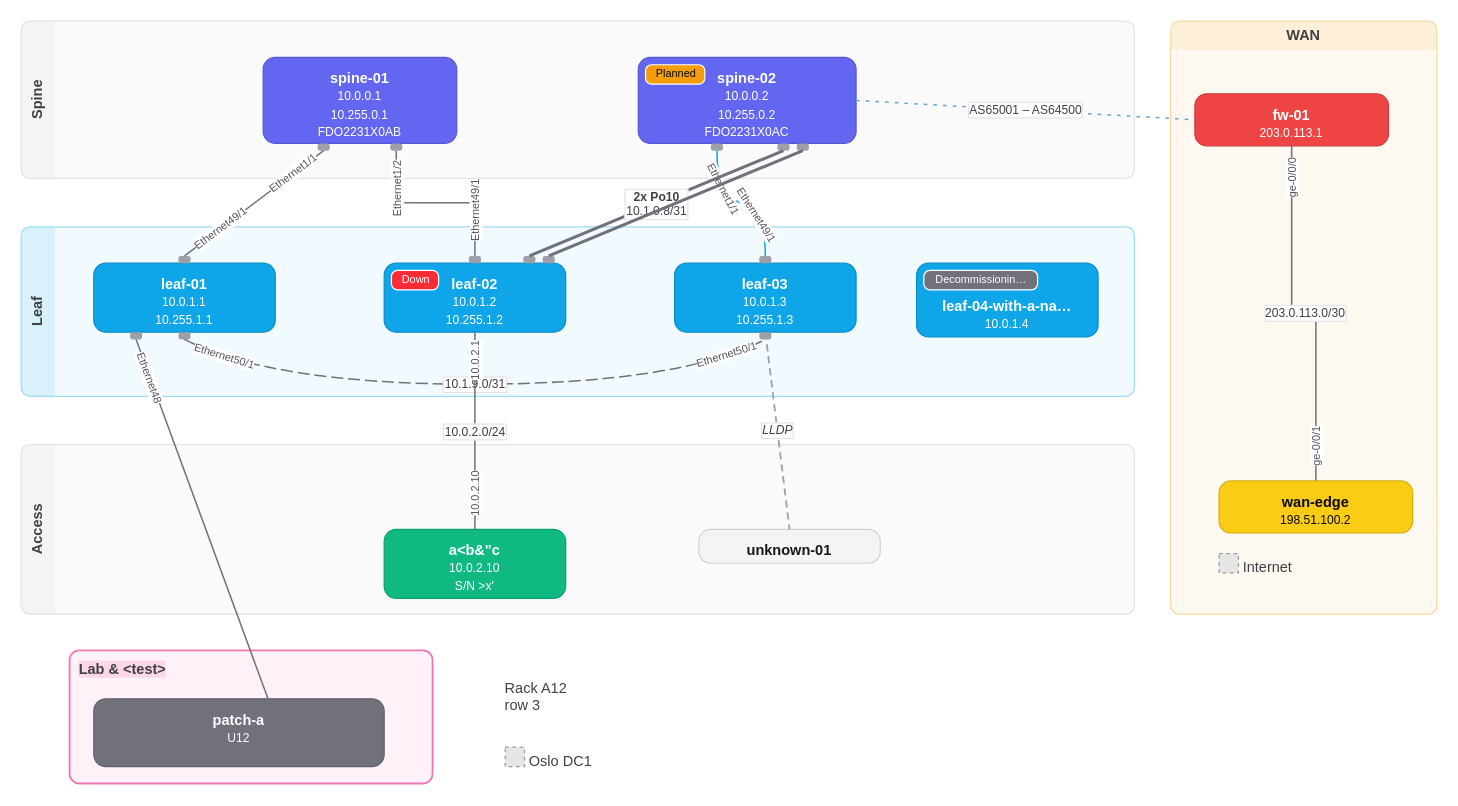
Before: frontend/src/lib/diagram/__golden__/fabric-detailed.drawio in danbyte-net/danbyte, a draw.io diagram. Source tidied: cells renumbered, new cells numbered last; positions are measured from the earlier drawing's top-left corner, leaving out a move shared by most shapes. Both pictures are drawn from the tidied source at 121%, with x=0, y=0 at pixel (21, 21). Pictures stored in the file or linked from it are replaced by grey dashed boxes.
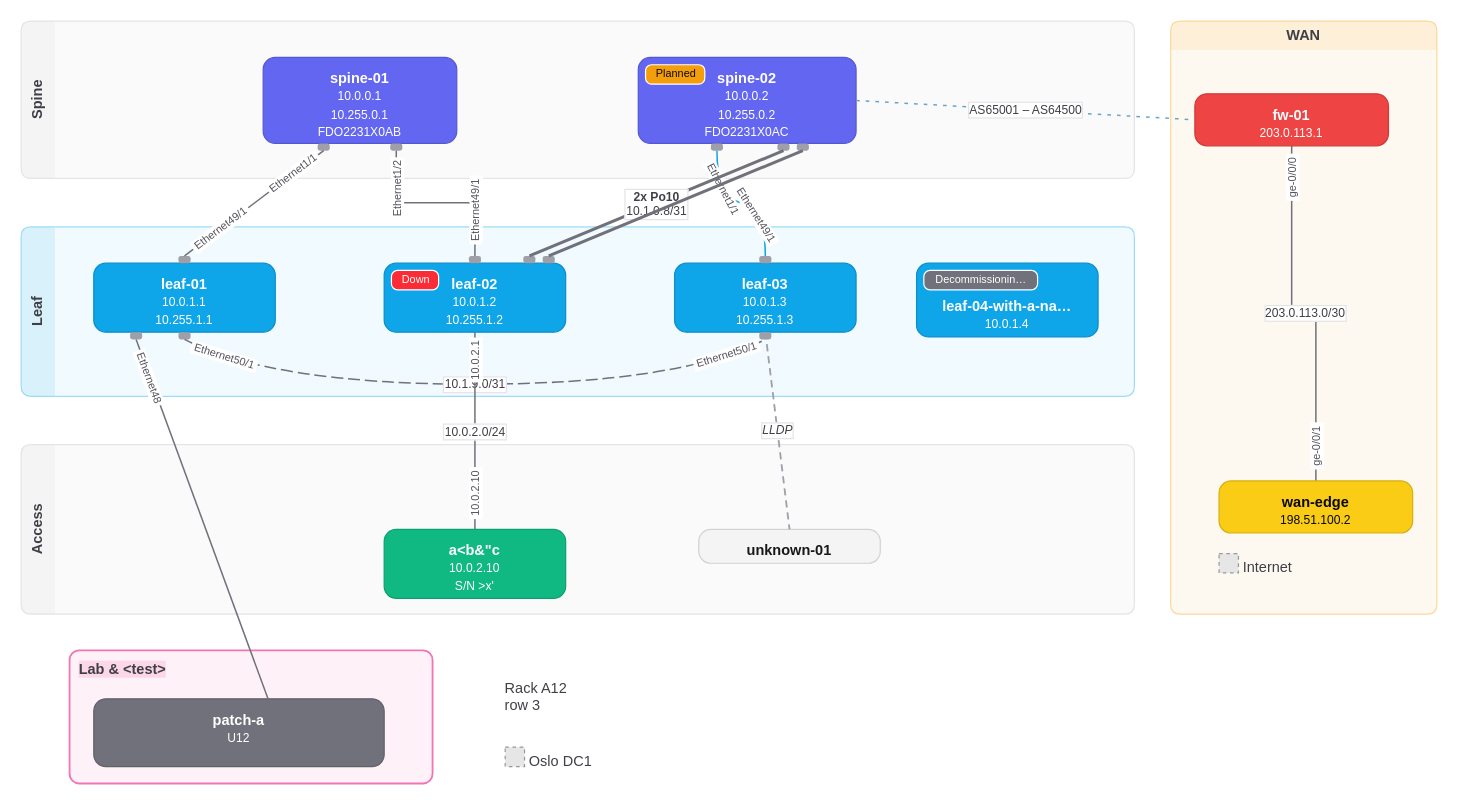
Above is the later version.

Unchanged cells that the change refers to:
```xml
<mxCell id="32" style="edgeStyle=none;rounded=0;html=1;endArrow=none;startArrow=none;strokeColor=#71717b;strokeWidth=1.25;exitX=0.5;exitY=1;exitPerimeter=0;entryX=0.5;entryY=0;entryPerimeter=0;fontFamily=Helvetica;fontSize=10;fontColor=#3f3f46;labelBackgroundColor=#ffffff;labelBorderColor=#e4e4e7;" parent="1" edge="1" source="5" target="14">
  <mxGeometry relative="1" as="geometry" />
</mxCell>
<mxCell id="35" style="edgeStyle=orthogonalEdgeStyle;rounded=1;arcSize=12;html=1;endArrow=none;startArrow=none;strokeColor=#71717b;strokeWidth=1.25;exitX=0.5;exitY=1;exitPerimeter=0;entryX=0.5;entryY=0;entryPerimeter=0;fontFamily=Helvetica;fontSize=10;fontColor=#3f3f46;labelBackgroundColor=#ffffff;labelBorderColor=#e4e4e7;" parent="1" edge="1" source="6" target="19">
  <mxGeometry relative="1" as="geometry">
    <Array as="points">
      <mxPoint x="310" y="150" />
      <mxPoint x="375" y="150" />
    </Array>
  </mxGeometry>
</mxCell>
<mxCell id="38" style="edgeStyle=none;curved=1;rounded=0;html=1;endArrow=none;startArrow=none;strokeColor=#0ea5e9;strokeWidth=1.25;exitX=0.5;exitY=1;exitPerimeter=0;entryX=0.5;entryY=0;entryPerimeter=0;fontFamily=Helvetica;fontSize=10;fontColor=#3f3f46;labelBackgroundColor=#ffffff;labelBorderColor=#e4e4e7;" parent="1" edge="1" source="9" target="23">
  <mxGeometry relative="1" as="geometry">
    <Array as="points">
      <mxPoint x="575" y="146" />
      <mxPoint x="615" y="154" />
    </Array>
  </mxGeometry>
</mxCell>
<mxCell id="43" value="10.1.9.0/31" style="edgeStyle=none;curved=1;rounded=0;html=1;endArrow=none;startArrow=none;strokeColor=#71717b;strokeWidth=1.25;dashed=1;fixDash=1;dashPattern=10 4;exitX=0.5;exitY=1;exitPerimeter=0;entryX=0.5;entryY=1;entryPerimeter=0;fontFamily=Helvetica;fontSize=10;fontColor=#3f3f46;labelBackgroundColor=#ffffff;labelBorderColor=#e4e4e7;" parent="1" edge="1" source="15" target="24">
  <mxGeometry relative="1" as="geometry">
    <Array as="points">
      <mxPoint x="207" y="300" />
      <mxPoint x="543" y="300" />
    </Array>
  </mxGeometry>
</mxCell>
<mxCell id="46" value="10.0.2.0/24" style="edgeStyle=none;rounded=0;html=1;endArrow=none;startArrow=none;strokeColor=#71717b;strokeWidth=1.25;exitX=0.5;exitY=1;exitPerimeter=0;entryX=0.5;entryY=0;entryPerimeter=0;fontFamily=Helvetica;fontSize=10;fontColor=#3f3f46;labelBackgroundColor=#ffffff;labelBorderColor=#e4e4e7;" parent="1" edge="1" source="17" target="28">
  <mxGeometry relative="1" as="geometry" />
</mxCell>
<mxCell id="49" value="203.0.113.0/30" style="edgeStyle=orthogonalEdgeStyle;rounded=1;arcSize=12;html=1;endArrow=none;startArrow=none;strokeColor=#71717b;strokeWidth=1.25;exitX=0.5;exitY=1;exitPerimeter=0;entryX=0.5;entryY=0;entryPerimeter=0;fontFamily=Helvetica;fontSize=10;fontColor=#3f3f46;labelBackgroundColor=#ffffff;labelBorderColor=#e4e4e7;" parent="1" edge="1" source="54" target="55">
  <mxGeometry relative="1" as="geometry">
    <Array as="points">
      <mxPoint x="1050" y="241" />
      <mxPoint x="1070" y="241" />
    </Array>
  </mxGeometry>
</mxCell>
<mxCell id="52" style="edgeStyle=none;rounded=0;html=1;endArrow=none;startArrow=none;strokeColor=#71717b;strokeWidth=1.25;exitX=0.6;exitY=0;exitPerimeter=0;entryX=0.5;entryY=1;entryPerimeter=0;fontFamily=Helvetica;fontSize=10;fontColor=#3f3f46;labelBackgroundColor=#ffffff;labelBorderColor=#e4e4e7;" parent="1" edge="1" source="31" target="16">
  <mxGeometry relative="1" as="geometry" />
</mxCell>
```

The edit, as a diff of the source:
```diff
@@
-    <mxCell id="33" value="Ethernet1/1" style="edgeLabel;html=1;align=center;verticalAlign=middle;fontFamily=Helvetica;fontSize=9;fontColor=#52525c;labelBackgroundColor=#ffffff;rotation=322.89;" parent="32" vertex="1">
+    <mxCell id="33" value="&amp;nbsp;Ethernet1/1&amp;nbsp;" style="edgeLabel;html=1;align=center;verticalAlign=middle;fontFamily=Helvetica;fontSize=9;fontColor=#52525c;labelBackgroundColor=#ffffff;rotation=322.89;" parent="32" vertex="1">
       <mxGeometry x="-0.55" relative="1" as="geometry" />
     </mxCell>
-    <mxCell id="34" value="Ethernet49/1" style="edgeLabel;html=1;align=center;verticalAlign=middle;fontFamily=Helvetica;fontSize=9;fontColor=#52525c;labelBackgroundColor=#ffffff;rotation=322.89;" parent="32" vertex="1">
+    <mxCell id="34" value="&amp;nbsp;Ethernet49/1&amp;nbsp;" style="edgeLabel;html=1;align=center;verticalAlign=middle;fontFamily=Helvetica;fontSize=9;fontColor=#52525c;labelBackgroundColor=#ffffff;rotation=322.89;" parent="32" vertex="1">
       <mxGeometry x="0.5" relative="1" as="geometry" />
     </mxCell>
@@
-    <mxCell id="36" value="Ethernet1/2" style="edgeLabel;html=1;align=center;verticalAlign=middle;fontFamily=Helvetica;fontSize=9;fontColor=#52525c;labelBackgroundColor=#ffffff;rotation=270;" parent="35" vertex="1">
+    <mxCell id="36" value="&amp;nbsp;Ethernet1/2&amp;nbsp;" style="edgeLabel;html=1;align=center;verticalAlign=middle;fontFamily=Helvetica;fontSize=9;fontColor=#52525c;labelBackgroundColor=#ffffff;rotation=270;" parent="35" vertex="1">
       <mxGeometry x="-0.56" relative="1" as="geometry" />
     </mxCell>
-    <mxCell id="37" value="Ethernet49/1" style="edgeLabel;html=1;align=center;verticalAlign=middle;fontFamily=Helvetica;fontSize=9;fontColor=#52525c;labelBackgroundColor=#ffffff;rotation=270;" parent="35" vertex="1">
+    <mxCell id="37" value="&amp;nbsp;Ethernet49/1&amp;nbsp;" style="edgeLabel;html=1;align=center;verticalAlign=middle;fontFamily=Helvetica;fontSize=9;fontColor=#52525c;labelBackgroundColor=#ffffff;rotation=270;" parent="35" vertex="1">
       <mxGeometry x="0.53" relative="1" as="geometry" />
     </mxCell>
@@
-    <mxCell id="39" value="Ethernet1/1" style="edgeLabel;html=1;align=center;verticalAlign=middle;fontFamily=Helvetica;fontSize=9;fontColor=#52525c;labelBackgroundColor=#ffffff;rotation=62.5;" parent="38" vertex="1">
+    <mxCell id="39" value="&amp;nbsp;Ethernet1/1&amp;nbsp;" style="edgeLabel;html=1;align=center;verticalAlign=middle;fontFamily=Helvetica;fontSize=9;fontColor=#52525c;labelBackgroundColor=#ffffff;rotation=62.5;" parent="38" vertex="1">
       <mxGeometry x="-0.48" relative="1" as="geometry">
         <mxPoint x="5.6" y="0.4" as="offset" />
       </mxGeometry>
     </mxCell>
-    <mxCell id="40" value="Ethernet49/1" style="edgeLabel;html=1;align=center;verticalAlign=middle;fontFamily=Helvetica;fontSize=9;fontColor=#52525c;labelBackgroundColor=#ffffff;rotation=57.48;" parent="38" vertex="1">
+    <mxCell id="40" value="&amp;nbsp;Ethernet49/1&amp;nbsp;" style="edgeLabel;html=1;align=center;verticalAlign=middle;fontFamily=Helvetica;fontSize=9;fontColor=#52525c;labelBackgroundColor=#ffffff;rotation=57.48;" parent="38" vertex="1">
       <mxGeometry x="0.23" relative="1" as="geometry">
         <mxPoint x="-1.5" y="6.2" as="offset" />
       </mxGeometry>
     </mxCell>
@@
-    <mxCell id="44" value="Ethernet50/1" style="edgeLabel;html=1;align=center;verticalAlign=middle;fontFamily=Helvetica;fontSize=9;fontColor=#52525c;labelBackgroundColor=#ffffff;rotation=17.27;" parent="43" vertex="1">
+    <mxCell id="44" value="&amp;nbsp;Ethernet50/1&amp;nbsp;" style="edgeLabel;html=1;align=center;verticalAlign=middle;fontFamily=Helvetica;fontSize=9;fontColor=#52525c;labelBackgroundColor=#ffffff;rotation=17.27;" parent="43" vertex="1">
       <mxGeometry x="-0.86" relative="1" as="geometry">
         <mxPoint x="1.2" y="-3" as="offset" />
       </mxGeometry>
     </mxCell>
-    <mxCell id="45" value="Ethernet50/1" style="edgeLabel;html=1;align=center;verticalAlign=middle;fontFamily=Helvetica;fontSize=9;fontColor=#52525c;labelBackgroundColor=#ffffff;rotation=342.73;" parent="43" vertex="1">
+    <mxCell id="45" value="&amp;nbsp;Ethernet50/1&amp;nbsp;" style="edgeLabel;html=1;align=center;verticalAlign=middle;fontFamily=Helvetica;fontSize=9;fontColor=#52525c;labelBackgroundColor=#ffffff;rotation=342.73;" parent="43" vertex="1">
       <mxGeometry x="0.86" relative="1" as="geometry">
         <mxPoint x="-1.3" y="-3" as="offset" />
       </mxGeometry>
     </mxCell>
@@
-    <mxCell id="47" value="10.0.2.1" style="edgeLabel;html=1;align=center;verticalAlign=middle;fontFamily=Helvetica;fontSize=9;fontColor=#52525c;labelBackgroundColor=#ffffff;rotation=270;" parent="46" vertex="1">
+    <mxCell id="47" value="&amp;nbsp;10.0.2.1&amp;nbsp;" style="edgeLabel;html=1;align=center;verticalAlign=middle;fontFamily=Helvetica;fontSize=9;fontColor=#52525c;labelBackgroundColor=#ffffff;rotation=270;" parent="46" vertex="1">
       <mxGeometry x="-0.69" relative="1" as="geometry" />
     </mxCell>
-    <mxCell id="48" value="10.0.2.10" style="edgeLabel;html=1;align=center;verticalAlign=middle;fontFamily=Helvetica;fontSize=9;fontColor=#52525c;labelBackgroundColor=#ffffff;rotation=270;" parent="46" vertex="1">
+    <mxCell id="48" value="&amp;nbsp;10.0.2.10&amp;nbsp;" style="edgeLabel;html=1;align=center;verticalAlign=middle;fontFamily=Helvetica;fontSize=9;fontColor=#52525c;labelBackgroundColor=#ffffff;rotation=270;" parent="46" vertex="1">
       <mxGeometry x="0.66" relative="1" as="geometry" />
     </mxCell>
@@
-    <mxCell id="50" value="ge-0/0/0" style="edgeLabel;html=1;align=center;verticalAlign=middle;fontFamily=Helvetica;fontSize=9;fontColor=#52525c;labelBackgroundColor=#ffffff;rotation=270;" parent="49" vertex="1">
+    <mxCell id="50" value="&amp;nbsp;ge-0/0/0&amp;nbsp;" style="edgeLabel;html=1;align=center;verticalAlign=middle;fontFamily=Helvetica;fontSize=9;fontColor=#52525c;labelBackgroundColor=#ffffff;rotation=270;" parent="49" vertex="1">
       <mxGeometry x="-0.81" relative="1" as="geometry" />
     </mxCell>
-    <mxCell id="51" value="ge-0/0/1" style="edgeLabel;html=1;align=center;verticalAlign=middle;fontFamily=Helvetica;fontSize=9;fontColor=#52525c;labelBackgroundColor=#ffffff;rotation=270;" parent="49" vertex="1">
+    <mxCell id="51" value="&amp;nbsp;ge-0/0/1&amp;nbsp;" style="edgeLabel;html=1;align=center;verticalAlign=middle;fontFamily=Helvetica;fontSize=9;fontColor=#52525c;labelBackgroundColor=#ffffff;rotation=270;" parent="49" vertex="1">
       <mxGeometry x="0.82" relative="1" as="geometry" />
     </mxCell>
@@
-    <mxCell id="53" value="Ethernet48" style="edgeLabel;html=1;align=center;verticalAlign=middle;fontFamily=Helvetica;fontSize=9;fontColor=#52525c;labelBackgroundColor=#ffffff;rotation=69.85;" parent="52" vertex="1">
+    <mxCell id="53" value="&amp;nbsp;Ethernet48&amp;nbsp;" style="edgeLabel;html=1;align=center;verticalAlign=middle;fontFamily=Helvetica;fontSize=9;fontColor=#52525c;labelBackgroundColor=#ffffff;rotation=69.85;" parent="52" vertex="1">
       <mxGeometry x="0.79" relative="1" as="geometry" />
     </mxCell>
```
